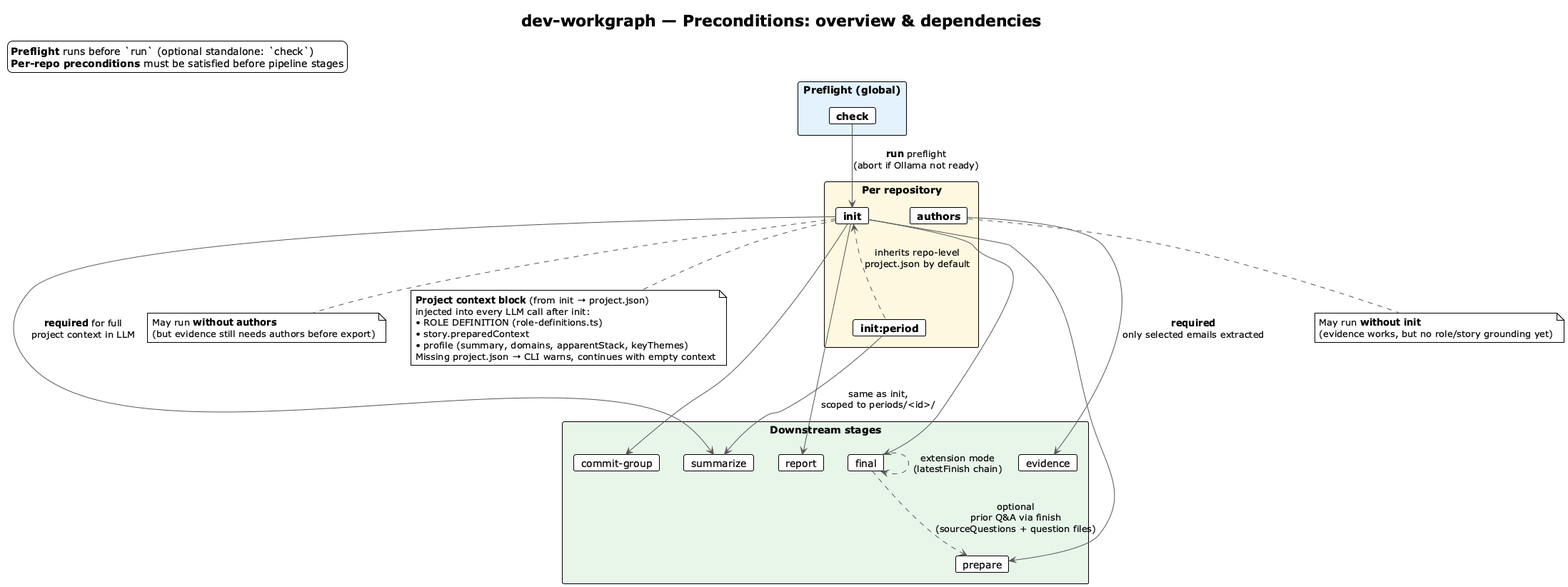
vzakharchenko/dev-workgraph keeps this PlantUML diagram as img/preconditions-overview.png. Above is the earlier version.
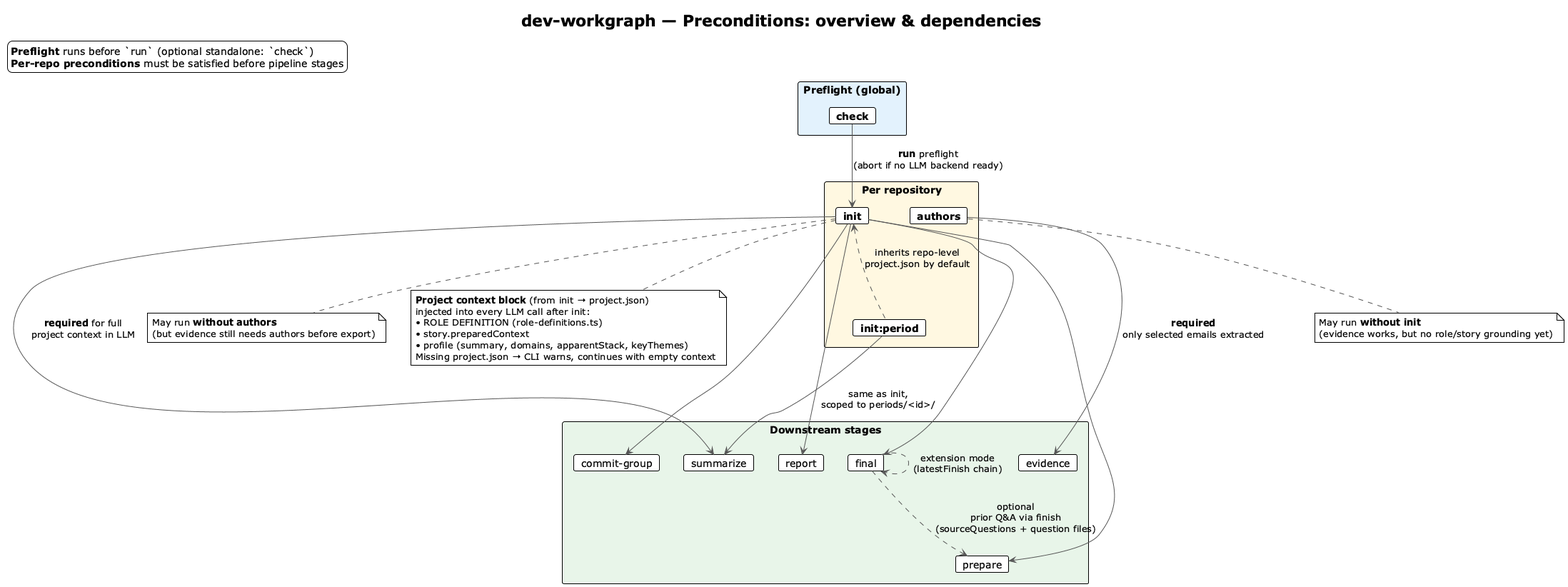
Above is the later version.

Diff of the diagram source:
```diff
@@ -29,7 +29,7 @@
   card "final" as FIN
 }
 
-CHECK -down-> INIT : **run** preflight\n(abort if Ollama not ready)
+CHECK -down-> INIT : **run** preflight\n(abort if no LLM backend ready)
 
 AUTH -down-> EVID : **required**\nonly selected emails extracted
 INIT -down-> SUM : **required** for full\nproject context in LLM
```
